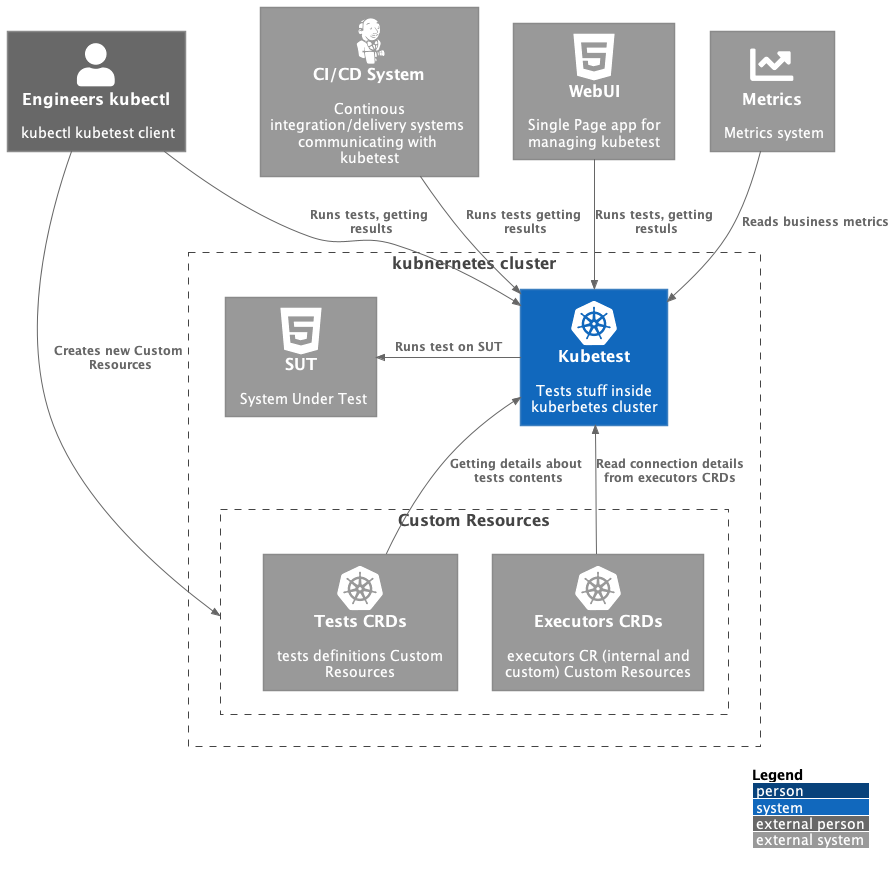
Above: docs/img/system_context.png in kubeshop/testkube (PlantUML), before the change.
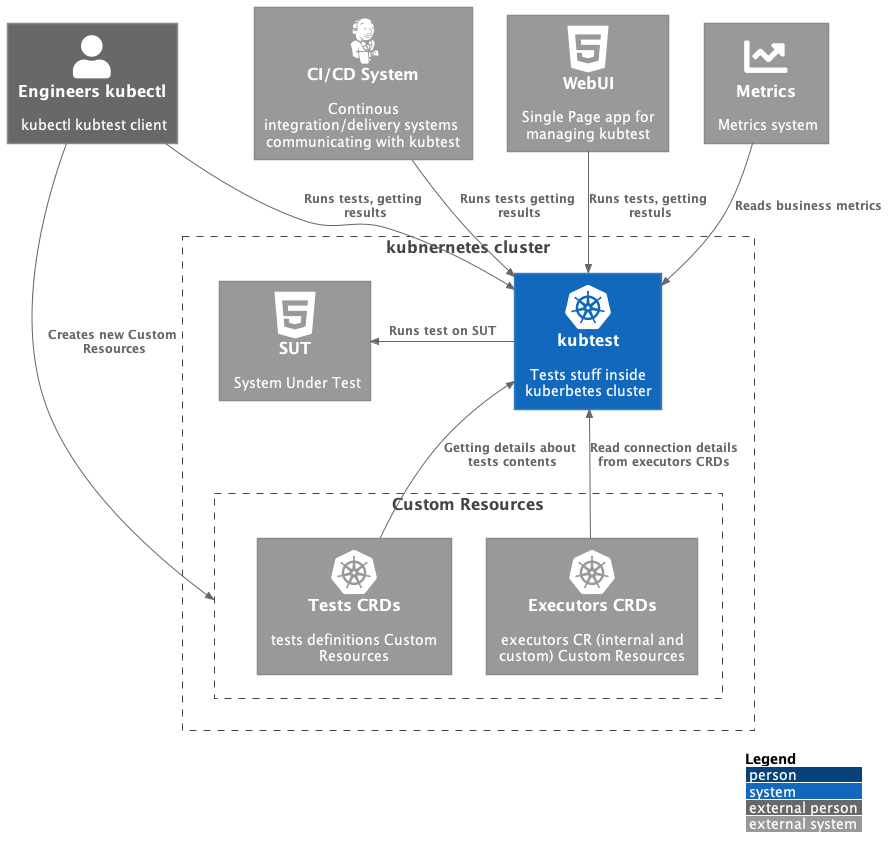
After the change.

What changed in the source:
```diff
@@ -13,14 +13,14 @@
 LAYOUT_WITH_LEGEND()
 
 
-Person_Ext(kubectl, "Engineers kubectl", "kubectl kubetest client")
-System_Ext(cicd, "CI/CD System", "Continous integration/delivery systems communicating with kubetest", "jenkins")
-System_Ext(web, "WebUI", "Single Page app for managing kubetest", "html5")
+Person_Ext(kubectl, "Engineers kubectl", "kubectl kubtest client")
+System_Ext(cicd, "CI/CD System", "Continous integration/delivery systems communicating with kubtest", "jenkins")
+System_Ext(web, "WebUI", "Single Page app for managing kubtest", "html5")
 System_Ext(metrics, "Metrics", "Metrics system", "chart_line")
 
 
 Boundary(kubernetes, "kubnernetes cluster") {
-	System(kubetest, "Kubetest", "Tests stuff inside kuberbetes cluster", "kubernetes")
+	System(kubtest, "kubtest", "Tests stuff inside kuberbetes cluster", "kubernetes")
 
 	Boundary(crds, "Custom Resources") {
 		System_Ext(testCrds, "Tests CRDs", "tests definitions Custom Resources", "kubernetes")
@@ -29,19 +29,19 @@
 
 	System_Ext(sut, "SUT", "System Under Test", "html5")
 
-	Rel_U(testCrds, kubetest, "Getting details about tests contents")
+	Rel_U(testCrds, kubtest, "Getting details about tests contents")
 	Rel_D(kubectl, crds, "Creates new Custom Resources")
 
-	Rel_U(executorCrds, kubetest, "Read connection details from executors CRDs")
+	Rel_U(executorCrds, kubtest, "Read connection details from executors CRDs")
 }
 
 
-Rel(kubectl, kubetest, "Runs tests, getting results")
-Rel(cicd, kubetest, "Runs tests getting results")
-Rel(web, kubetest, "Runs tests, getting restuls")
+Rel(kubectl, kubtest, "Runs tests, getting results")
+Rel(cicd, kubtest, "Runs tests getting results")
+Rel(web, kubtest, "Runs tests, getting restuls")
 
-Rel(metrics, kubetest, "Reads business metrics")
-Rel_L(kubetest, sut, "Runs test on SUT")
+Rel(metrics, kubtest, "Reads business metrics")
+Rel_L(kubtest, sut, "Runs test on SUT")
 
 
 @enduml
```
